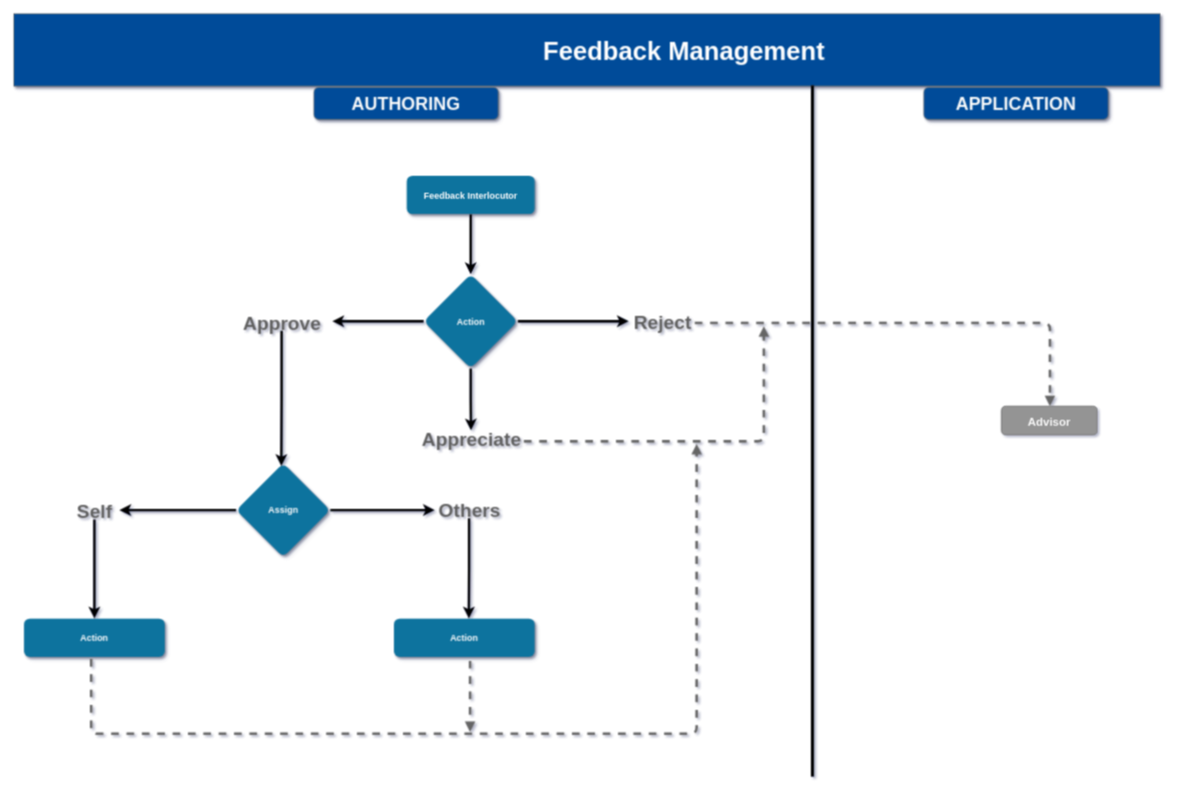
The draw.io diagram page "Copy of Page-2" (3 of 3) of User her.drawio in Rakholia1842/ERDiagram, before the edit. Source tidied: cells renumbered, new cells numbered last; positions are measured from the earlier drawing's top-left corner, leaving out a move shared by most shapes. Both pictures are drawn from the tidied source at 64%, with x=0, y=0 at pixel (13, 13).
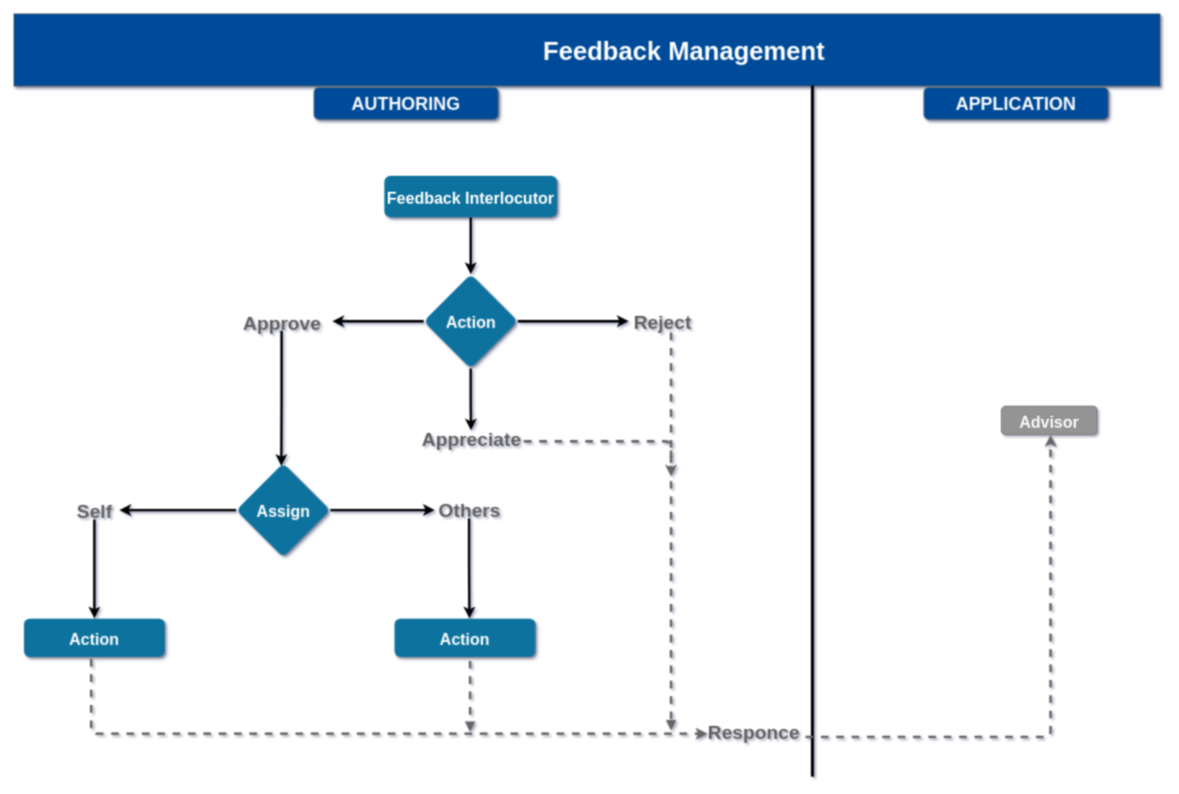
The same diagram, later.

What changed in the source:
```diff
@@
-    <mxCell id="3" value="Feedback Interlocutor" style="rounded=1;fillColor=#10739E;strokeColor=none;shadow=1;gradientColor=none;fontStyle=1;fontColor=#FFFFFF;fontSize=14;verticalAlign=middle;" parent="1" vertex="1">
-      <mxGeometry x="614" y="253" width="200" height="60" as="geometry" />
+    <mxCell id="3" value="Feedback Interlocutor" style="rounded=1;fillColor=#10739E;strokeColor=none;shadow=1;gradientColor=none;fontStyle=1;fontColor=#FFFFFF;fontSize=25;verticalAlign=middle;" parent="1" vertex="1">
+      <mxGeometry x="579" y="253" width="270" height="64.8" as="geometry" />
     </mxCell>
-    <mxCell id="4" value="Advisor" style="rounded=1;fillColor=#949494;strokeColor=#666666;shadow=0;fontStyle=1;fontSize=18;fontColor=#FCFCFC;verticalAlign=middle;" parent="1" vertex="1">
+    <mxCell id="4" value="Advisor" style="rounded=1;fillColor=#949494;strokeColor=#666666;shadow=0;fontStyle=1;fontSize=25;fontColor=#FCFCFC;verticalAlign=middle;" parent="1" vertex="1">
       <mxGeometry x="1543" y="613" width="150" height="45" as="geometry" />
     </mxCell>
@@
-    <mxCell id="11" value="Action" style="rhombus;whiteSpace=wrap;html=1;rounded=1;shadow=1;fontSize=14;fontColor=#FFFFFF;fontStyle=1;strokeColor=none;fillColor=#10739E;gradientColor=none;" parent="1" vertex="1">
+    <mxCell id="11" value="&lt;font style=&quot;font-size: 25px&quot;&gt;Action&lt;/font&gt;" style="rhombus;whiteSpace=wrap;html=1;rounded=1;shadow=1;fontSize=14;fontColor=#FFFFFF;fontStyle=1;strokeColor=none;fillColor=#10739E;gradientColor=none;" parent="1" vertex="1">
       <mxGeometry x="640.5" y="407" width="147" height="147" as="geometry" />
     </mxCell>
@@
-    <mxCell id="14" value="Assign" style="rhombus;whiteSpace=wrap;html=1;rounded=1;shadow=1;fontSize=14;fontColor=#FFFFFF;fontStyle=1;strokeColor=none;fillColor=#10739E;gradientColor=none;" parent="1" vertex="1">
+    <mxCell id="14" value="&lt;font style=&quot;font-size: 25px&quot;&gt;Assign&lt;/font&gt;" style="rhombus;whiteSpace=wrap;html=1;rounded=1;shadow=1;fontSize=14;fontColor=#FFFFFF;fontStyle=1;strokeColor=none;fillColor=#10739E;gradientColor=none;" parent="1" vertex="1">
       <mxGeometry x="347.5" y="702" width="147" height="147" as="geometry" />
     </mxCell>
-    <mxCell id="15" value="Action" style="rounded=1;fillColor=#10739E;strokeColor=none;shadow=1;gradientColor=none;fontStyle=1;fontColor=#FFFFFF;fontSize=14;" parent="1" vertex="1">
+    <mxCell id="15" value="Action" style="rounded=1;fillColor=#10739E;strokeColor=none;shadow=1;gradientColor=none;fontStyle=1;fontColor=#FFFFFF;fontSize=25;" parent="1" vertex="1">
       <mxGeometry x="16" y="945" width="220" height="60" as="geometry" />
     </mxCell>
-    <mxCell id="16" value="Action" style="rounded=1;fillColor=#10739E;strokeColor=none;shadow=1;gradientColor=none;fontStyle=1;fontColor=#FFFFFF;fontSize=14;" parent="1" vertex="1">
-      <mxGeometry x="594" y="945" width="220" height="60" as="geometry" />
+    <mxCell id="16" value="Action" style="rounded=1;fillColor=#10739E;strokeColor=none;shadow=1;gradientColor=none;fontStyle=1;fontColor=#FFFFFF;fontSize=25;" parent="1" vertex="1">
+      <mxGeometry x="595" y="945" width="220" height="60" as="geometry" />
     </mxCell>
@@
-    <mxCell id="25" style="edgeStyle=elbowEdgeStyle;elbow=vertical;strokeWidth=4;endArrow=block;endFill=1;fontStyle=1;dashed=1;strokeColor=#666666;verticalAlign=middle;entryX=0.507;entryY=0.007;entryDx=0;entryDy=0;entryPerimeter=0;" parent="1" edge="1" target="4">
-      <mxGeometry x="378" y="353" as="geometry">
-        <mxPoint x="1064" y="483" as="sourcePoint" />
-        <Array as="points">
-          <mxPoint x="1615" y="483" />
-        </Array>
+    <mxCell id="25" style="elbow=vertical;strokeWidth=4;endArrow=classic;endFill=1;fontStyle=1;dashed=1;strokeColor=#666666;verticalAlign=middle;exitX=0.615;exitY=1.428;exitDx=0;exitDy=0;exitPerimeter=0;" parent="1" edge="1">
+      <mxGeometry x="390" y="353" as="geometry">
+        <mxPoint x="1027" y="498" as="sourcePoint" />
+        <mxPoint x="1027" y="723" as="targetPoint" />
       </mxGeometry>
     </mxCell>
     <mxCell id="26" style="edgeStyle=elbowEdgeStyle;elbow=vertical;strokeWidth=4;endArrow=block;endFill=1;fontStyle=1;dashed=1;strokeColor=#666666;verticalAlign=middle;" parent="1" edge="1">
       <mxGeometry x="111" y="538" as="geometry">
         <mxPoint x="797" y="668" as="sourcePoint" />
-        <mxPoint x="1172" y="488" as="targetPoint" />
+        <mxPoint x="1027" y="1120" as="targetPoint" />
         <Array as="points">
           <mxPoint x="1348" y="668" />
         </Array>
       </mxGeometry>
     </mxCell>
-    <mxCell id="27" style="edgeStyle=elbowEdgeStyle;elbow=vertical;strokeWidth=4;endArrow=block;endFill=1;fontStyle=1;dashed=1;strokeColor=#666666;verticalAlign=middle;exitX=0.477;exitY=1.05;exitDx=0;exitDy=0;exitPerimeter=0;" parent="1" edge="1" source="15">
+    <mxCell id="27" style="edgeStyle=elbowEdgeStyle;elbow=vertical;strokeWidth=4;endArrow=classic;endFill=1;fontStyle=1;dashed=1;strokeColor=#666666;verticalAlign=middle;exitX=0.477;exitY=1.05;exitDx=0;exitDy=0;exitPerimeter=0;" parent="1" edge="1" source="15">
       <mxGeometry x="-522" y="995" as="geometry">
-        <mxPoint x="1067" y="672" as="targetPoint" />
+        <mxPoint x="1084" y="1125" as="targetPoint" />
         <Array as="points">
           <mxPoint x="715" y="1125" />
         </Array>
       </mxGeometry>
     </mxCell>
@@
+    <mxCell id="31" value="&lt;font style=&quot;font-size: 30px;&quot; color=&quot;#5E5E5E&quot;&gt;Responce&lt;/font&gt;" style="text;html=1;align=center;verticalAlign=middle;points=[];fontColor=#5E5E5E;fontSize=30;fontStyle=1;" parent="1" vertex="1">
+      <mxGeometry x="1079.3" y="1103" width="153" height="40" as="geometry" />
+    </mxCell>
+    <mxCell id="32" style="elbow=vertical;strokeWidth=4;endArrow=classic;endFill=1;fontStyle=1;dashed=1;strokeColor=#666666;verticalAlign=middle;exitX=1.031;exitY=0.675;exitDx=0;exitDy=0;exitPerimeter=0;edgeStyle=orthogonalEdgeStyle;entryX=0.513;entryY=1;entryDx=0;entryDy=0;entryPerimeter=0;" parent="1" edge="1" source="31" target="4">
+      <mxGeometry x="867" y="776" as="geometry" />
+    </mxCell>
```
